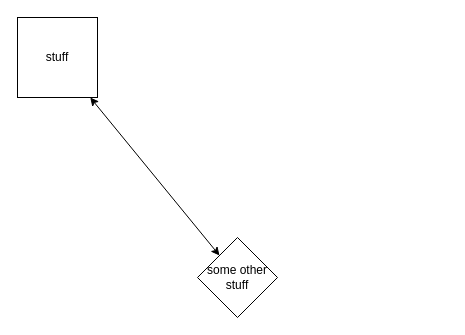
u1i/sandbox keeps this draw.io diagram as Untitled Diagram.drawio. Above is the earlier version. Source tidied: cells renumbered, new cells numbered last; positions are measured from the earlier drawing's top-left corner, leaving out a move shared by most shapes. Both pictures are drawn from the tidied source at 100%, with x=0, y=0 at pixel (17, 17).
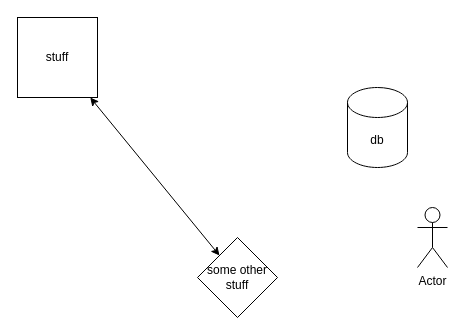
After the change.

Change to the diagram source:
```diff
@@
 <mxGraphModel>
   <root>
     <mxCell id="0" />
     <mxCell id="1" parent="0" />
     <mxCell id="2" value="stuff" style="whiteSpace=wrap;html=1;" parent="1" vertex="1">
       <mxGeometry width="80" height="80" as="geometry" />
     </mxCell>
     <mxCell id="3" value="some other stuff" style="rhombus;whiteSpace=wrap;html=1;" parent="1" vertex="1">
       <mxGeometry x="180" y="220" width="80" height="80" as="geometry" />
     </mxCell>
     <mxCell id="4" style="endArrow=classic;startArrow=classic;html=1;" parent="1" edge="1" source="3" target="2">
       <mxGeometry relative="1" as="geometry" />
     </mxCell>
+    <mxCell id="5" value="db" style="shape=cylinder3;whiteSpace=wrap;html=1;boundedLbl=1;backgroundOutline=1;size=15;" parent="1" vertex="1">
+      <mxGeometry x="330" y="70" width="60" height="80" as="geometry" />
+    </mxCell>
+    <mxCell id="6" value="Actor" style="shape=umlActor;verticalLabelPosition=bottom;verticalAlign=top;html=1;" parent="1" vertex="1">
+      <mxGeometry x="400" y="190" width="30" height="60" as="geometry" />
+    </mxCell>
   </root>
 </mxGraphModel>
```
